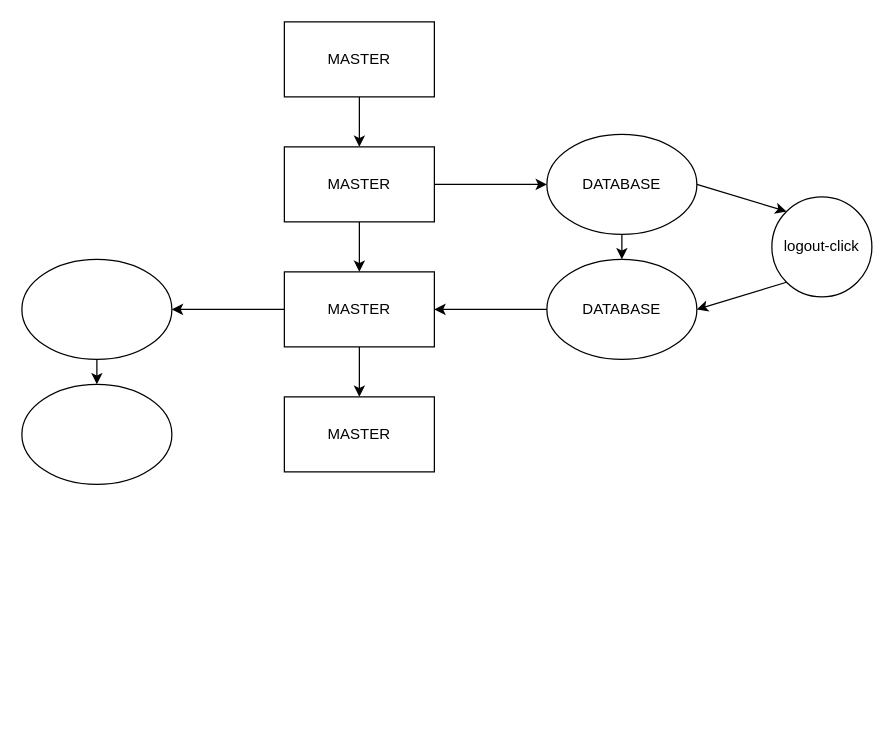
Earlier version of the draw.io diagram INFORMATION/branches.drawio (Man1exter/MAIG-WAREHOUSE). Source tidied: cells renumbered, new cells numbered last; positions are measured from the earlier drawing's top-left corner, leaving out a move shared by most shapes. Both pictures are drawn from the tidied source at 125%, with x=0, y=0 at pixel (21, 21).
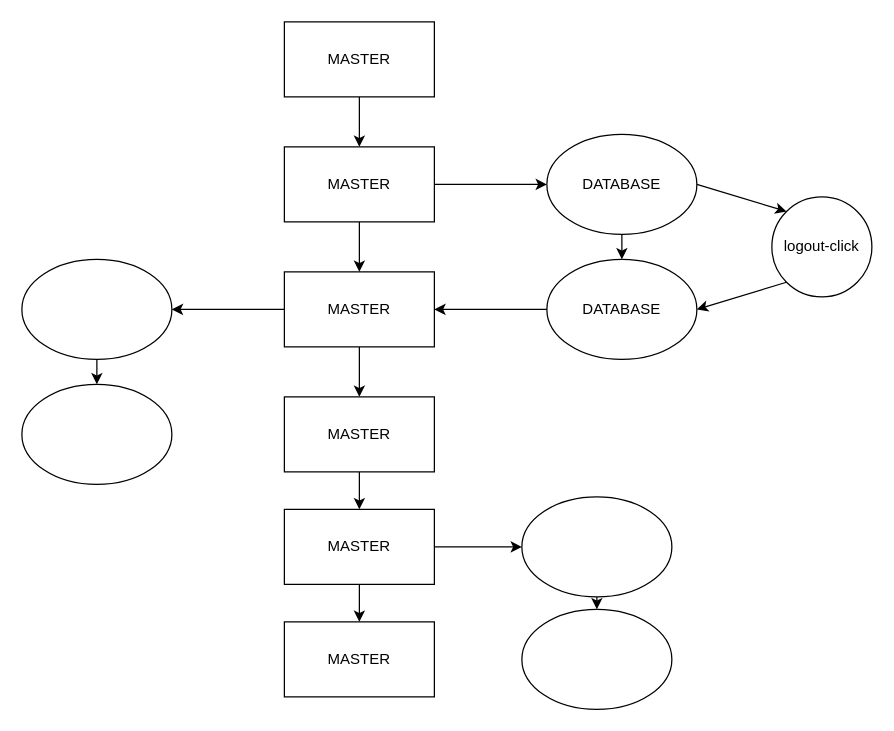
After the change.

Unchanged cells that the change refers to:
```xml
<mxCell id="13" value="MASTER" style="rounded=0;whiteSpace=wrap;html=1;" parent="1" vertex="1">
  <mxGeometry x="210" y="300" width="120" height="60" as="geometry" />
</mxCell>
```

Change to the diagram source:
```diff
@@
+    <mxCell id="21" value="MASTER" style="rounded=0;whiteSpace=wrap;html=1;" parent="1" vertex="1">
+      <mxGeometry x="210" y="390" width="120" height="60" as="geometry" />
+    </mxCell>
+    <mxCell id="22" value="MASTER" style="rounded=0;whiteSpace=wrap;html=1;" parent="1" vertex="1">
+      <mxGeometry x="210" y="480" width="120" height="60" as="geometry" />
+    </mxCell>
+    <mxCell id="23" style="endArrow=classic;html=1;exitX=0.5;exitY=1;exitDx=0;exitDy=0;entryX=0.5;entryY=0;entryDx=0;entryDy=0;" parent="1" edge="1" source="21" target="22">
+      <mxGeometry relative="1" as="geometry" />
+    </mxCell>
+    <mxCell id="24" style="endArrow=classic;html=1;exitX=0.5;exitY=1;exitDx=0;exitDy=0;entryX=0.5;entryY=0;entryDx=0;entryDy=0;" parent="1" edge="1" source="13" target="21">
+      <mxGeometry relative="1" as="geometry" />
+    </mxCell>
+    <mxCell id="25" style="ellipse;whiteSpace=wrap;html=1;" parent="1" vertex="1">
+      <mxGeometry x="400" y="470" width="120" height="80" as="geometry" />
+    </mxCell>
+    <mxCell id="26" style="ellipse;whiteSpace=wrap;html=1;" parent="1" vertex="1">
+      <mxGeometry x="400" y="380" width="120" height="80" as="geometry" />
+    </mxCell>
+    <mxCell id="27" style="endArrow=classic;html=1;exitX=1;exitY=0.5;exitDx=0;exitDy=0;entryX=0;entryY=0.5;entryDx=0;entryDy=0;" parent="1" edge="1" source="21" target="26">
+      <mxGeometry relative="1" as="geometry" />
+    </mxCell>
+    <mxCell id="28" style="endArrow=classic;html=1;exitX=0.5;exitY=1;exitDx=0;exitDy=0;entryX=0.5;entryY=0;entryDx=0;entryDy=0;" parent="1" edge="1" source="26" target="25">
+      <mxGeometry relative="1" as="geometry" />
+    </mxCell>
```
